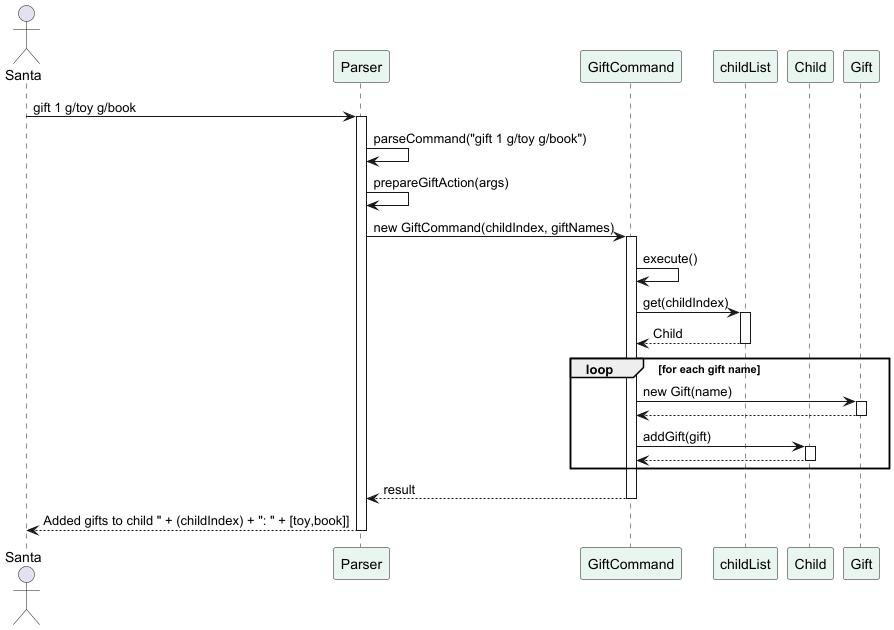
shrabasti-c/tp keeps this PlantUML diagram as docs/diagrams/GiftSequenceDiagram.png. Above is the earlier version. Source of this version:
```plantuml
@startuml

actor Santa
participant Parser #E9F6EF
participant GiftCommand #E9F6EF
participant childList #E9F6EF
participant Child #E9F6EF
participant Gift #E9F6EF

Santa -> Parser : gift 1 g/toy g/book
activate Parser

Parser -> Parser : parseCommand("gift 1 g/toy g/book")
Parser -> Parser : prepareGiftAction(args)
Parser -> GiftCommand : new GiftCommand(childIndex, giftNames)

activate GiftCommand

GiftCommand -> GiftCommand : execute()

GiftCommand -> childList : get(childIndex)
activate childList
childList --> GiftCommand : Child
deactivate childList

loop for each gift name
    GiftCommand -> Gift : new Gift(name)
    activate Gift
    Gift --> GiftCommand
    deactivate Gift

    GiftCommand -> Child : addGift(gift)
    activate Child
    Child --> GiftCommand
    deactivate Child
end

GiftCommand --> Parser : result
deactivate GiftCommand

Parser --> Santa : Added gifts to child " + (childIndex) + ": " + [toy,book]]
deactivate Parser

@enduml
```
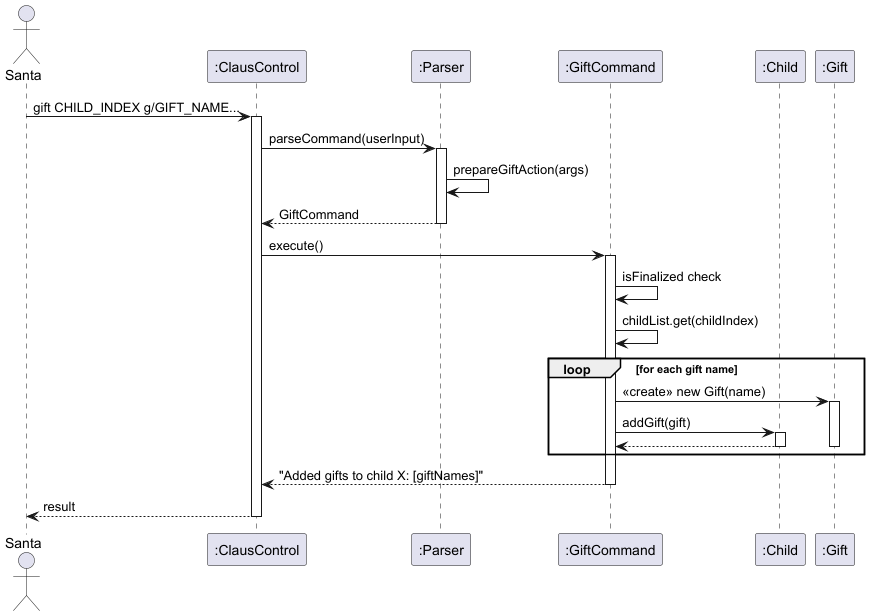
The same file after the commit.

Diff of the diagram source:
```diff
@@ -1,44 +1,40 @@
 @startuml
+actor Santa
+participant ":ClausControl" as CC
+participant ":Parser" as Parser
+participant ":GiftCommand" as GC
+participant ":Child" as Child
+participant ":Gift" as Gift
 
-actor Santa
-participant Parser #E9F6EF
-participant GiftCommand #E9F6EF
-participant childList #E9F6EF
-participant Child #E9F6EF
-participant Gift #E9F6EF
+Santa -> CC : gift CHILD_INDEX g/GIFT_NAME...
+activate CC
 
-Santa -> Parser : gift 1 g/toy g/book
+CC -> Parser : parseCommand(userInput)
 activate Parser
+Parser -> Parser : prepareGiftAction(args)
+Parser --> CC : GiftCommand
+deactivate Parser
 
-Parser -> Parser : parseCommand("gift 1 g/toy g/book")
-Parser -> Parser : prepareGiftAction(args)
-Parser -> GiftCommand : new GiftCommand(childIndex, giftNames)
+CC -> GC : execute()
+activate GC
 
-activate GiftCommand
-
-GiftCommand -> GiftCommand : execute()
-
-GiftCommand -> childList : get(childIndex)
-activate childList
-childList --> GiftCommand : Child
-deactivate childList
+GC -> GC : isFinalized check
+GC -> GC : childList.get(childIndex)
 
 loop for each gift name
-    GiftCommand -> Gift : new Gift(name)
+    GC -> Gift : <<create>> new Gift(name)
     activate Gift
-    Gift --> GiftCommand
+    GC -> Child : addGift(gift)
+    activate Child
+    Child --> GC
+    deactivate Child
     deactivate Gift
-
-    GiftCommand -> Child : addGift(gift)
-    activate Child
-    Child --> GiftCommand
-    deactivate Child
 end
 
-GiftCommand --> Parser : result
-deactivate GiftCommand
+GC --> CC : "Added gifts to child X: [giftNames]"
+deactivate GC
 
-Parser --> Santa : Added gifts to child " + (childIndex) + ": " + [toy,book]]
-deactivate Parser
+CC --> Santa : result
+deactivate CC
 
 @enduml
```
